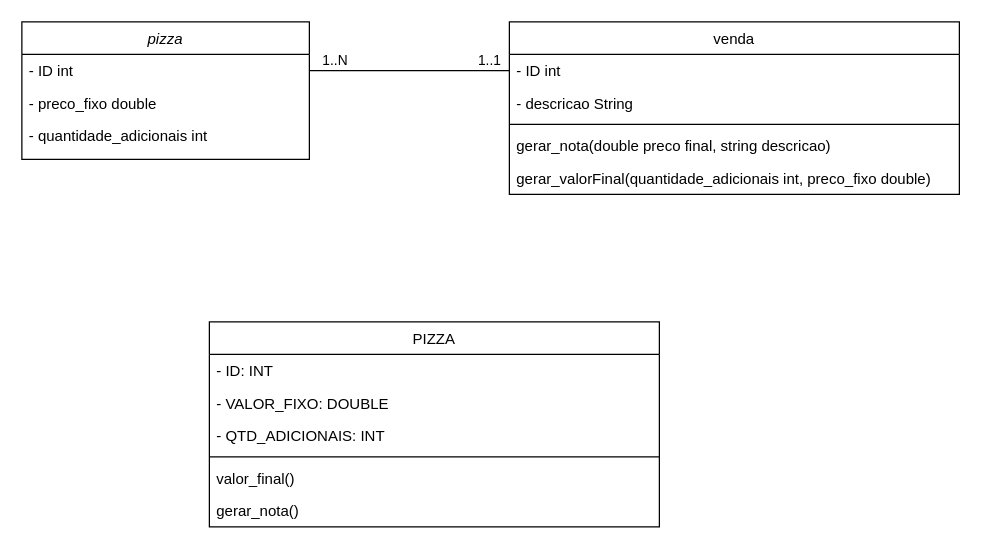
ericdiniz/exercicio01_pizza_pm keeps this draw.io diagram as classePizza.drawio. Above is the earlier version. Source tidied: cells renumbered, new cells numbered last; positions are measured from the earlier drawing's top-left corner, leaving out a move shared by most shapes. Both pictures are drawn from the tidied source at 125%, with x=0, y=0 at pixel (21, 21).
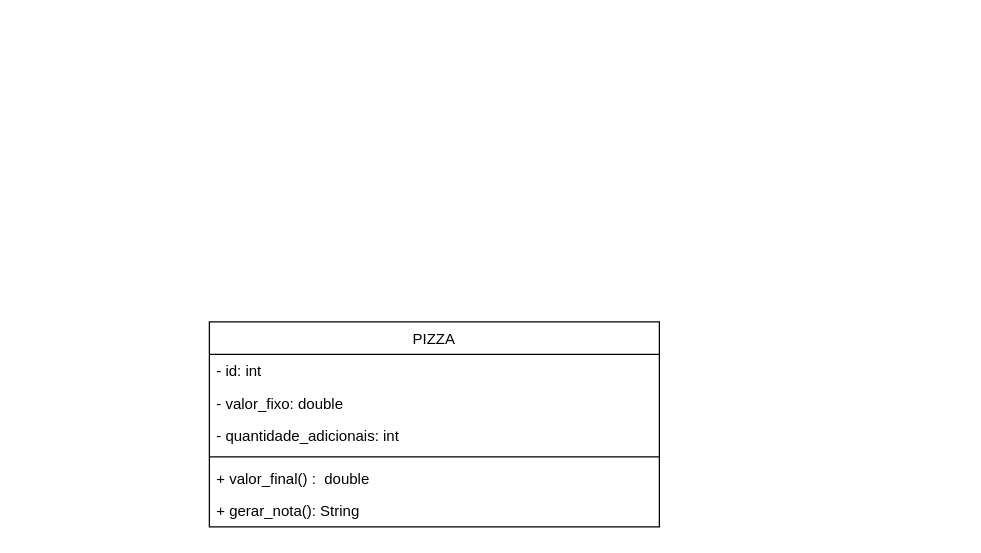
The same page after the edit.

Commit message (it also covers changes not shown here):
alterando a classe pizza, e alterando o diagrama

The change refers to these unchanged cells:
```xml
<mxCell id="15" value="PIZZA" style="swimlane;fontStyle=0;align=center;verticalAlign=top;horizontal=1;startSize=26;rounded=0;shadow=0;strokeWidth=1;" parent="1" vertex="1">
  <mxGeometry x="150" y="240" width="360" height="164" as="geometry" />
</mxCell>
```

The edit, as a diff of the source:
```diff
@@
-    <mxCell id="2" value="pizza" style="swimlane;fontStyle=2;align=center;verticalAlign=top;horizontal=1;startSize=26;rounded=0;shadow=0;strokeWidth=1;" parent="1" vertex="1">
-      <mxGeometry width="230" height="110" as="geometry" />
-    </mxCell>
-    <mxCell id="3" value="- ID int " style="text;align=left;verticalAlign=top;spacingLeft=4;spacingRight=4;overflow=hidden;points=[[0,0.5],[1,0.5]];portConstraint=eastwest;" parent="2" vertex="1">
-      <mxGeometry y="26" width="230" height="26" as="geometry" />
-    </mxCell>
-    <mxCell id="4" value="- preco_fixo double" style="text;align=left;verticalAlign=top;spacingLeft=4;spacingRight=4;overflow=hidden;rounded=0;shadow=0;html=0;" parent="2" vertex="1">
-      <mxGeometry y="52" width="230" height="26" as="geometry" />
-    </mxCell>
-    <mxCell id="5" value="- quantidade_adicionais int" style="text;align=left;verticalAlign=top;spacingLeft=4;spacingRight=4;overflow=hidden;rounded=0;shadow=0;html=0;" parent="2" vertex="1">
-      <mxGeometry y="78" width="230" height="26" as="geometry" />
-    </mxCell>
-    <mxCell id="6" value="venda" style="swimlane;fontStyle=0;align=center;verticalAlign=top;horizontal=1;startSize=26;rounded=0;shadow=0;strokeWidth=1;" parent="1" vertex="1">
-      <mxGeometry x="390" width="360" height="138" as="geometry" />
-    </mxCell>
-    <mxCell id="7" value="- ID int" style="text;align=left;verticalAlign=top;spacingLeft=4;spacingRight=4;overflow=hidden;" parent="6" vertex="1">
-      <mxGeometry y="26" width="360" height="26" as="geometry" />
-    </mxCell>
-    <mxCell id="8" value="- descricao String" style="text;align=left;verticalAlign=top;spacingLeft=4;spacingRight=4;overflow=hidden;" parent="6" vertex="1">
-      <mxGeometry y="52" width="360" height="26" as="geometry" />
-    </mxCell>
-    <mxCell id="9" style="line;html=1;strokeWidth=1;align=left;verticalAlign=middle;spacingTop=-1;spacingLeft=3;spacingRight=3;labelPosition=right;" parent="6" vertex="1">
-      <mxGeometry y="78" width="360" height="8" as="geometry" />
-    </mxCell>
-    <mxCell id="10" value="gerar_nota(double preco final, string descricao)" style="text;align=left;verticalAlign=top;spacingLeft=4;spacingRight=4;overflow=hidden;" parent="6" vertex="1">
-      <mxGeometry y="86" width="360" height="26" as="geometry" />
-    </mxCell>
-    <mxCell id="11" value="gerar_valorFinal(quantidade_adicionais int, preco_fixo double)" style="text;align=left;verticalAlign=top;spacingLeft=4;spacingRight=4;overflow=hidden;" parent="6" vertex="1">
-      <mxGeometry y="112" width="360" height="26" as="geometry" />
-    </mxCell>
-    <mxCell id="12" style="endArrow=none;html=1;rounded=0;exitX=1;exitY=0.5;exitDx=0;exitDy=0;" parent="1" edge="1" source="3">
-      <mxGeometry relative="1" as="geometry">
-        <mxPoint x="390" y="39" as="targetPoint" />
-      </mxGeometry>
-    </mxCell>
-    <mxCell id="13" value="1..N&amp;nbsp;" style="edgeLabel;html=1;align=center;verticalAlign=middle;" parent="12" vertex="1">
-      <mxGeometry x="0.02" y="-4" relative="1" as="geometry">
-        <mxPoint x="-61" y="-13" as="offset" />
-      </mxGeometry>
-    </mxCell>
-    <mxCell id="14" value="1..1" style="edgeLabel;html=1;align=center;verticalAlign=middle;" parent="1" vertex="1">
-      <mxGeometry x="310" y="40" as="geometry">
-        <mxPoint x="63" y="-10" as="offset" />
-      </mxGeometry>
-    </mxCell>
@@
-    <mxCell id="16" value="- ID: INT" style="text;align=left;verticalAlign=top;spacingLeft=4;spacingRight=4;overflow=hidden;" parent="15" vertex="1">
+    <mxCell id="16" value="- id: int" style="text;align=left;verticalAlign=top;spacingLeft=4;spacingRight=4;overflow=hidden;" parent="15" vertex="1">
       <mxGeometry y="26" width="360" height="26" as="geometry" />
     </mxCell>
-    <mxCell id="17" value="- VALOR_FIXO: DOUBLE&#10;" style="text;align=left;verticalAlign=top;spacingLeft=4;spacingRight=4;overflow=hidden;" parent="15" vertex="1">
+    <mxCell id="17" value="- valor_fixo: double" style="text;align=left;verticalAlign=top;spacingLeft=4;spacingRight=4;overflow=hidden;" parent="15" vertex="1">
       <mxGeometry y="52" width="360" height="26" as="geometry" />
     </mxCell>
-    <mxCell id="18" value="- QTD_ADICIONAIS: INT" style="text;align=left;verticalAlign=top;spacingLeft=4;spacingRight=4;overflow=hidden;" parent="15" vertex="1">
+    <mxCell id="18" value="- quantidade_adicionais: int" style="text;align=left;verticalAlign=top;spacingLeft=4;spacingRight=4;overflow=hidden;" parent="15" vertex="1">
       <mxGeometry y="78" width="360" height="26" as="geometry" />
     </mxCell>
@@
-    <mxCell id="20" value="valor_final()" style="text;align=left;verticalAlign=top;spacingLeft=4;spacingRight=4;overflow=hidden;" parent="15" vertex="1">
+    <mxCell id="20" value="+ valor_final() :  double" style="text;align=left;verticalAlign=top;spacingLeft=4;spacingRight=4;overflow=hidden;" parent="15" vertex="1">
       <mxGeometry y="112" width="360" height="26" as="geometry" />
     </mxCell>
-    <mxCell id="21" value="gerar_nota()" style="text;align=left;verticalAlign=top;spacingLeft=4;spacingRight=4;overflow=hidden;" parent="15" vertex="1">
+    <mxCell id="21" value="+ gerar_nota(): String" style="text;align=left;verticalAlign=top;spacingLeft=4;spacingRight=4;overflow=hidden;" parent="15" vertex="1">
       <mxGeometry y="138" width="360" height="26" as="geometry" />
     </mxCell>
```
